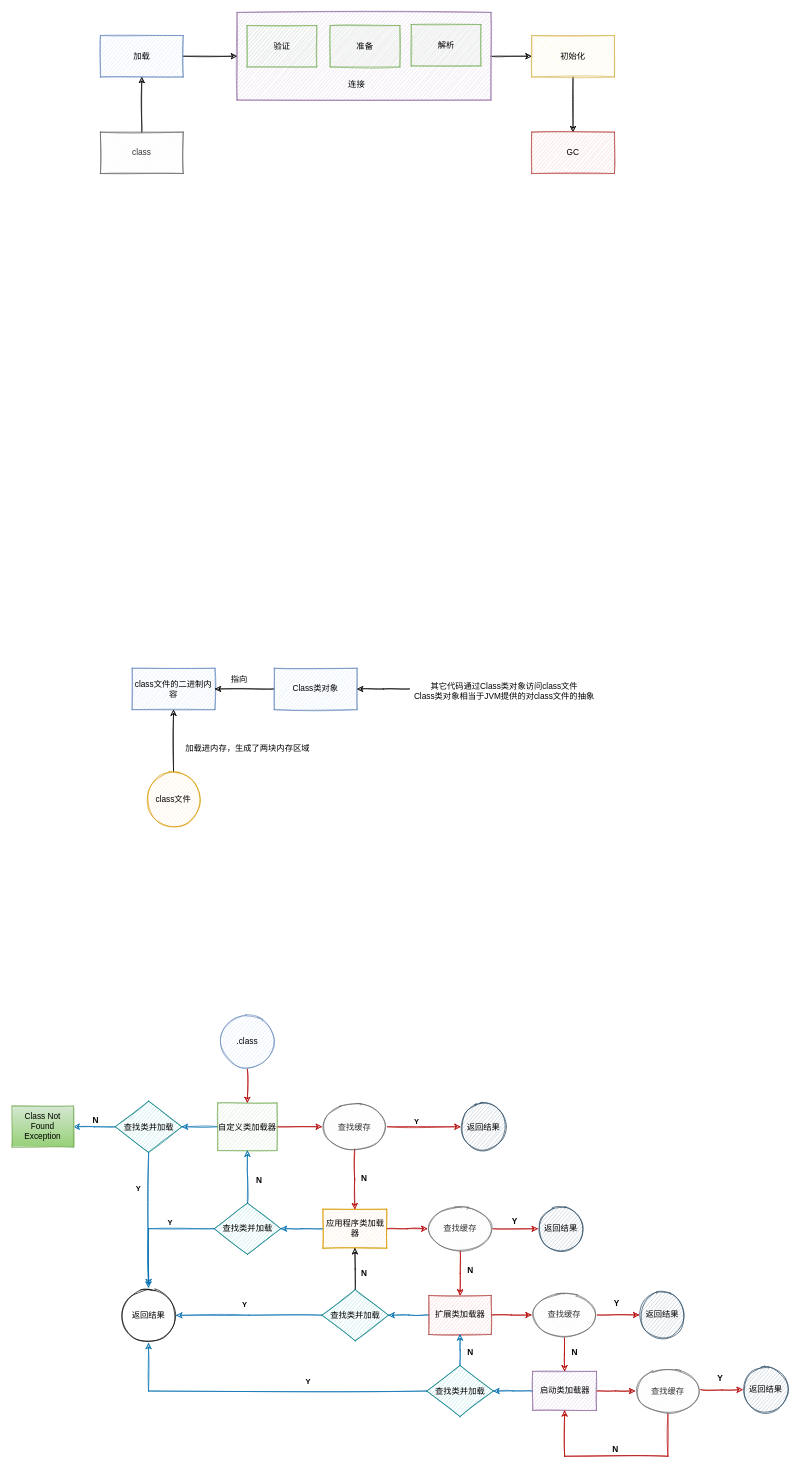
The draw.io diagram page "类加载过程" (1 of 2) of 后端/基础/Java虚拟机/02、详解Class加载过程.drawio in huoranger/draw-notes, before the edit. Source tidied: cells renumbered, new cells numbered last; positions are measured from the earlier drawing's top-left corner, leaving out a move shared by most shapes. Both pictures are drawn from the tidied source at 69%, with x=0, y=0 at pixel (12, 12).
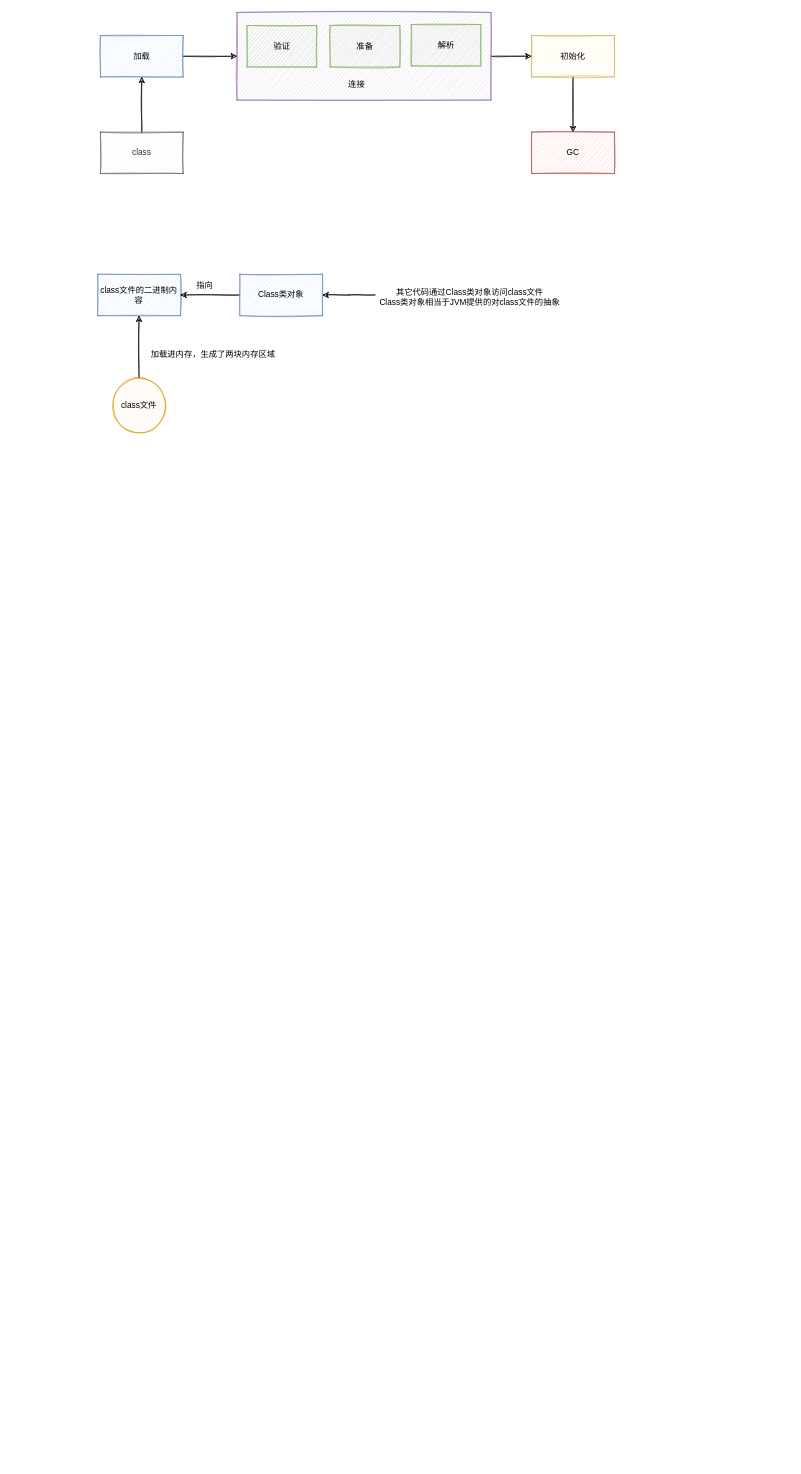
After the change.

Diff of the diagram source:
```diff
@@
     <mxCell id="16" value="class文件" style="ellipse;whiteSpace=wrap;html=1;shadow=0;sketch=1;fontFamily=Ubuntu, Misans;fillColor=#ffe6cc;strokeColor=#d79b00;rounded=0;" parent="1" vertex="1">
-      <mxGeometry x="194" y="1101" width="80" height="80" as="geometry" />
+      <mxGeometry x="144" y="530" width="80" height="80" as="geometry" />
     </mxCell>
     <mxCell id="17" value="class文件的二进制内容" style="whiteSpace=wrap;html=1;shadow=0;fontFamily=Ubuntu, Misans;sketch=1;fillColor=#dae8fc;strokeColor=#6c8ebf;rounded=0;" parent="1" vertex="1">
-      <mxGeometry x="174" y="951" width="120" height="60" as="geometry" />
+      <mxGeometry x="124" y="380" width="120" height="60" as="geometry" />
     </mxCell>
     <mxCell id="18" value="加载进内存，生成了两块内存区域" style="text;html=1;align=center;verticalAlign=middle;fontFamily=Ubuntu, Misans;rounded=0;sketch=1;" parent="1" vertex="1">
-      <mxGeometry x="242" y="1054" width="198" height="26" as="geometry" />
+      <mxGeometry x="192" y="483" width="198" height="26" as="geometry" />
     </mxCell>
@@
     <mxCell id="20" style="edgeStyle=orthogonalEdgeStyle;rounded=0;sketch=1;jettySize=auto;html=1;fontFamily=Ubuntu, Misans;startArrow=classic;startFill=1;endArrow=none;endFill=0;" parent="1" edge="1" source="21">
       <mxGeometry relative="1" as="geometry">
-        <mxPoint x="576" y="981" as="targetPoint" />
+        <mxPoint x="526" y="410" as="targetPoint" />
       </mxGeometry>
     </mxCell>
     <mxCell id="21" value="Class类对象" style="whiteSpace=wrap;html=1;shadow=0;fontFamily=Ubuntu, Misans;sketch=1;fillColor=#dae8fc;strokeColor=#6c8ebf;rounded=0;" parent="1" vertex="1">
-      <mxGeometry x="380" y="951" width="120" height="60" as="geometry" />
+      <mxGeometry x="330" y="380" width="120" height="60" as="geometry" />
     </mxCell>
     <mxCell id="22" value="指向" style="text;html=1;align=center;verticalAlign=middle;fontFamily=Ubuntu, Misans;rounded=0;sketch=1;" parent="1" vertex="1">
-      <mxGeometry x="308" y="954" width="42" height="26" as="geometry" />
+      <mxGeometry x="258" y="383" width="42" height="26" as="geometry" />
     </mxCell>
     <mxCell id="23" value="其它代码通过Class类对象访问class文件&lt;br&gt;Class类对象相当于JVM提供的对class文件的抽象" style="text;html=1;align=center;verticalAlign=middle;fontFamily=Ubuntu, Misans;rounded=0;sketch=1;" parent="1" vertex="1">
-      <mxGeometry x="575" y="963" width="276" height="41" as="geometry" />
+      <mxGeometry x="525" y="392" width="276" height="41" as="geometry" />
     </mxCell>
-    <mxCell id="24" style="edgeStyle=orthogonalEdgeStyle;rounded=0;sketch=1;jettySize=auto;html=1;startArrow=none;startFill=0;endArrow=classic;endFill=1;fontFamily=Ubuntu, Misans;fillColor=#e51400;strokeColor=#B20000;" parent="1" edge="1" source="25" target="28">
-      <mxGeometry relative="1" as="geometry" />
-    </mxCell>
-    <mxCell id="25" value=".class" style="ellipse;whiteSpace=wrap;html=1;shadow=0;sketch=1;fontFamily=Ubuntu, Misans;fillColor=#dae8fc;strokeColor=#6c8ebf;rounded=0;" parent="1" vertex="1">
-      <mxGeometry x="301" y="1452" width="80" height="80" as="geometry" />
-    </mxCell>
-    <mxCell id="26" style="edgeStyle=orthogonalEdgeStyle;rounded=0;sketch=1;jettySize=auto;html=1;startArrow=none;startFill=0;endArrow=classic;endFill=1;fontFamily=Ubuntu, Misans;fillColor=#e51400;strokeColor=#B20000;" parent="1" edge="1" source="28" target="36">
-      <mxGeometry relative="1" as="geometry" />
-    </mxCell>
-    <mxCell id="27" style="edgeStyle=orthogonalEdgeStyle;rounded=0;sketch=1;jettySize=auto;html=1;startArrow=none;startFill=0;endArrow=classic;endFill=1;fontFamily=Ubuntu, Misans;fillColor=#1ba1e2;strokeColor=#006EAF;" parent="1" edge="1" source="28" target="76">
-      <mxGeometry relative="1" as="geometry" />
-    </mxCell>
-    <mxCell id="28" value="自定义类加载器" style="whiteSpace=wrap;html=1;shadow=0;fontFamily=Ubuntu, Misans;sketch=1;fillColor=#d5e8d4;strokeColor=#82b366;rounded=0;" parent="1" vertex="1">
-      <mxGeometry x="298" y="1581" width="86" height="69" as="geometry" />
-    </mxCell>
-    <mxCell id="29" style="edgeStyle=orthogonalEdgeStyle;rounded=0;sketch=1;jettySize=auto;html=1;entryX=0;entryY=0.5;entryDx=0;entryDy=0;startArrow=none;startFill=0;endArrow=classic;endFill=1;fontFamily=Ubuntu, Misans;fillColor=#e51400;strokeColor=#B20000;" parent="1" edge="1" source="36" target="37">
-      <mxGeometry relative="1" as="geometry" />
-    </mxCell>
-    <mxCell id="30" value="Y" style="edgeLabel;html=1;align=center;verticalAlign=middle;fontFamily=Ubuntu, Misans;fontStyle=1;rounded=0;sketch=1;" parent="29" vertex="1">
-      <mxGeometry x="-0.23" y="-4" relative="1" as="geometry">
-        <mxPoint y="-12.5" as="offset" />
-      </mxGeometry>
-    </mxCell>
-    <mxCell id="31" value="Y" style="edgeLabel;html=1;align=center;verticalAlign=middle;fontFamily=Ubuntu, Misans;fontStyle=1;rounded=0;sketch=1;" parent="29" vertex="1">
-      <mxGeometry x="-0.23" y="-4" relative="1" as="geometry">
-        <mxPoint x="-248.2" y="252.5" as="offset" />
-      </mxGeometry>
-    </mxCell>
-    <mxCell id="32" value="Y" style="edgeLabel;html=1;align=center;verticalAlign=middle;fontFamily=Ubuntu, Misans;fontStyle=1;rounded=0;sketch=1;" parent="29" vertex="1">
-      <mxGeometry x="-0.23" y="-4" relative="1" as="geometry">
-        <mxPoint x="-356.2" y="133.5" as="offset" />
-      </mxGeometry>
-    </mxCell>
-    <mxCell id="33" value="Y" style="edgeLabel;html=1;align=center;verticalAlign=middle;fontFamily=Ubuntu, Misans;fontStyle=1;rounded=0;sketch=1;" parent="29" vertex="1">
-      <mxGeometry x="-0.23" y="-4" relative="1" as="geometry">
-        <mxPoint x="-402.2" y="84.5" as="offset" />
-      </mxGeometry>
-    </mxCell>
-    <mxCell id="34" value="&lt;b&gt;Y&lt;/b&gt;" style="edgeLabel;html=1;align=center;verticalAlign=middle;fontFamily=Ubuntu, Misans;rounded=0;sketch=1;" parent="29" vertex="1">
-      <mxGeometry x="-0.23" y="-4" relative="1" as="geometry">
-        <mxPoint x="-156.2" y="364.5" as="offset" />
-      </mxGeometry>
-    </mxCell>
-    <mxCell id="35" style="edgeStyle=orthogonalEdgeStyle;rounded=0;sketch=1;jettySize=auto;html=1;startArrow=none;startFill=0;endArrow=classic;endFill=1;fontFamily=Ubuntu, Misans;fillColor=#e51400;strokeColor=#B20000;" parent="1" edge="1" source="36" target="40">
-      <mxGeometry relative="1" as="geometry" />
-    </mxCell>
-    <mxCell id="36" value="查找缓存" style="ellipse;whiteSpace=wrap;html=1;shadow=0;fontFamily=Ubuntu, Misans;sketch=1;fillColor=#f5f5f5;strokeColor=#666666;fontColor=#333333;rounded=0;" parent="1" vertex="1">
-      <mxGeometry x="449" y="1583" width="95" height="65" as="geometry" />
-    </mxCell>
-    <mxCell id="37" value="返回结果" style="ellipse;whiteSpace=wrap;html=1;shadow=0;sketch=1;fontFamily=Ubuntu, Misans;fillColor=#bac8d3;strokeColor=#23445d;rounded=0;" parent="1" vertex="1">
-      <mxGeometry x="650" y="1582" width="67" height="67" as="geometry" />
-    </mxCell>
-    <mxCell id="38" style="edgeStyle=orthogonalEdgeStyle;rounded=0;sketch=1;jettySize=auto;html=1;startArrow=none;startFill=0;endArrow=classic;endFill=1;fontFamily=Ubuntu, Misans;fillColor=#e51400;strokeColor=#B20000;" parent="1" edge="1" source="40" target="43">
-      <mxGeometry relative="1" as="geometry" />
-    </mxCell>
-    <mxCell id="39" style="edgeStyle=orthogonalEdgeStyle;rounded=0;sketch=1;jettySize=auto;html=1;startArrow=none;startFill=0;endArrow=classic;endFill=1;fontFamily=Ubuntu, Misans;fillColor=#1ba1e2;strokeColor=#006EAF;" parent="1" edge="1" source="40" target="71">
-      <mxGeometry relative="1" as="geometry" />
-    </mxCell>
-    <mxCell id="40" value="应用程序类加载器" style="whiteSpace=wrap;html=1;shadow=0;fontFamily=Ubuntu, Misans;sketch=1;fillColor=#ffe6cc;strokeColor=#d79b00;rounded=0;" parent="1" vertex="1">
-      <mxGeometry x="450.5" y="1735" width="92.5" height="56.5" as="geometry" />
-    </mxCell>
-    <mxCell id="41" style="edgeStyle=orthogonalEdgeStyle;rounded=0;sketch=1;jettySize=auto;html=1;startArrow=none;startFill=0;endArrow=classic;endFill=1;fontFamily=Ubuntu, Misans;fillColor=#e51400;strokeColor=#B20000;" parent="1" edge="1" source="43" target="44">
-      <mxGeometry relative="1" as="geometry" />
-    </mxCell>
-    <mxCell id="42" style="edgeStyle=orthogonalEdgeStyle;rounded=0;sketch=1;jettySize=auto;html=1;startArrow=none;startFill=0;endArrow=classic;endFill=1;fontFamily=Ubuntu, Misans;fillColor=#e51400;strokeColor=#B20000;" parent="1" edge="1" source="43" target="49">
-      <mxGeometry relative="1" as="geometry" />
-    </mxCell>
-    <mxCell id="43" value="查找缓存" style="ellipse;whiteSpace=wrap;html=1;shadow=0;fontFamily=Ubuntu, Misans;sketch=1;fillColor=#f5f5f5;strokeColor=#666666;fontColor=#333333;rounded=0;" parent="1" vertex="1">
-      <mxGeometry x="602" y="1730.8" width="95" height="65" as="geometry" />
-    </mxCell>
-    <mxCell id="44" value="返回结果" style="ellipse;whiteSpace=wrap;html=1;shadow=0;sketch=1;fontFamily=Ubuntu, Misans;fillColor=#bac8d3;strokeColor=#23445d;rounded=0;" parent="1" vertex="1">
-      <mxGeometry x="762" y="1729.8" width="67" height="67" as="geometry" />
-    </mxCell>
-    <mxCell id="45" value="Y" style="text;html=1;align=center;verticalAlign=middle;fontFamily=Ubuntu, Misans;fontStyle=1;rounded=0;sketch=1;" parent="1" vertex="1">
-      <mxGeometry x="715" y="1740" width="26" height="26" as="geometry" />
-    </mxCell>
-    <mxCell id="46" value="N" style="text;html=1;align=center;verticalAlign=middle;fontFamily=Ubuntu, Misans;fontStyle=1;rounded=0;sketch=1;" parent="1" vertex="1">
-      <mxGeometry x="496" y="1677" width="27" height="26" as="geometry" />
-    </mxCell>
-    <mxCell id="47" style="edgeStyle=orthogonalEdgeStyle;rounded=0;sketch=1;jettySize=auto;html=1;startArrow=none;startFill=0;endArrow=classic;endFill=1;fontFamily=Ubuntu, Misans;fillColor=#e51400;strokeColor=#B20000;" parent="1" edge="1" source="49" target="57">
-      <mxGeometry relative="1" as="geometry" />
-    </mxCell>
-    <mxCell id="48" style="edgeStyle=orthogonalEdgeStyle;rounded=0;sketch=1;jettySize=auto;html=1;startArrow=none;startFill=0;endArrow=classic;endFill=1;fontFamily=Ubuntu, Misans;fillColor=#1ba1e2;strokeColor=#006EAF;" parent="1" edge="1" source="49" target="68">
-      <mxGeometry relative="1" as="geometry" />
-    </mxCell>
-    <mxCell id="49" value="扩展类加载器" style="whiteSpace=wrap;html=1;shadow=0;fontFamily=Ubuntu, Misans;sketch=1;fillColor=#f8cecc;strokeColor=#b85450;rounded=0;" parent="1" vertex="1">
-      <mxGeometry x="604" y="1860" width="90.5" height="56.5" as="geometry" />
-    </mxCell>
-    <mxCell id="50" value="N" style="text;html=1;align=center;verticalAlign=middle;fontFamily=Ubuntu, Misans;fontStyle=1;rounded=0;sketch=1;" parent="1" vertex="1">
-      <mxGeometry x="650.5" y="1811" width="27" height="26" as="geometry" />
-    </mxCell>
-    <mxCell id="51" value="返回结果" style="ellipse;whiteSpace=wrap;html=1;shadow=0;sketch=1;fontFamily=Ubuntu, Misans;fillColor=#bac8d3;strokeColor=#23445d;rounded=0;" parent="1" vertex="1">
-      <mxGeometry x="909" y="1854.8" width="67" height="67" as="geometry" />
-    </mxCell>
-    <mxCell id="52" style="edgeStyle=orthogonalEdgeStyle;rounded=0;sketch=1;jettySize=auto;html=1;startArrow=none;startFill=0;endArrow=classic;endFill=1;fontFamily=Ubuntu, Misans;fillColor=#e51400;strokeColor=#B20000;" parent="1" edge="1" source="54" target="61">
-      <mxGeometry relative="1" as="geometry" />
-    </mxCell>
-    <mxCell id="53" style="edgeStyle=orthogonalEdgeStyle;rounded=0;sketch=1;jettySize=auto;html=1;startArrow=none;startFill=0;endArrow=classic;endFill=1;fontFamily=Ubuntu, Misans;fillColor=#1ba1e2;strokeColor=#006EAF;" parent="1" edge="1" source="54" target="81">
-      <mxGeometry relative="1" as="geometry" />
-    </mxCell>
-    <mxCell id="54" value="启动类加载器" style="whiteSpace=wrap;html=1;shadow=0;fontFamily=Ubuntu, Misans;sketch=1;fillColor=#e1d5e7;strokeColor=#9673a6;rounded=0;" parent="1" vertex="1">
-      <mxGeometry x="754.5" y="1970" width="92.5" height="56.5" as="geometry" />
-    </mxCell>
-    <mxCell id="55" style="edgeStyle=orthogonalEdgeStyle;rounded=0;sketch=1;jettySize=auto;html=1;startArrow=none;startFill=0;endArrow=classic;endFill=1;fontFamily=Ubuntu, Misans;fillColor=#e51400;strokeColor=#B20000;" parent="1" edge="1" source="57" target="51">
-      <mxGeometry relative="1" as="geometry" />
-    </mxCell>
-    <mxCell id="56" style="edgeStyle=orthogonalEdgeStyle;rounded=0;sketch=1;jettySize=auto;html=1;startArrow=none;startFill=0;endArrow=classic;endFill=1;fontFamily=Ubuntu, Misans;fillColor=#e51400;strokeColor=#B20000;" parent="1" edge="1" source="57" target="54">
-      <mxGeometry relative="1" as="geometry" />
-    </mxCell>
-    <mxCell id="57" value="查找缓存" style="ellipse;whiteSpace=wrap;html=1;shadow=0;fontFamily=Ubuntu, Misans;sketch=1;fillColor=#f5f5f5;strokeColor=#666666;fontColor=#333333;rounded=0;" parent="1" vertex="1">
-      <mxGeometry x="753" y="1855.8" width="95" height="65" as="geometry" />
-    </mxCell>
-    <mxCell id="58" value="Y" style="text;html=1;align=center;verticalAlign=middle;fontFamily=Ubuntu, Misans;fontStyle=1;rounded=0;sketch=1;" parent="1" vertex="1">
-      <mxGeometry x="863" y="1859" width="26" height="26" as="geometry" />
-    </mxCell>
-    <mxCell id="59" value="N" style="text;html=1;align=center;verticalAlign=middle;fontFamily=Ubuntu, Misans;fontStyle=1;rounded=0;sketch=1;" parent="1" vertex="1">
-      <mxGeometry x="801.5" y="1930" width="27" height="26" as="geometry" />
-    </mxCell>
-    <mxCell id="60" style="edgeStyle=orthogonalEdgeStyle;rounded=0;sketch=1;jettySize=auto;html=1;entryX=0.5;entryY=1;entryDx=0;entryDy=0;startArrow=none;startFill=0;endArrow=classic;endFill=1;fontFamily=Ubuntu, Misans;exitX=0.5;exitY=1;exitDx=0;exitDy=0;fillColor=#e51400;strokeColor=#B20000;" parent="1" edge="1" source="61" target="54">
-      <mxGeometry relative="1" as="geometry">
-        <Array as="points">
-          <mxPoint x="951" y="2093" />
-          <mxPoint x="801" y="2093" />
-        </Array>
-      </mxGeometry>
-    </mxCell>
-    <mxCell id="61" value="查找缓存" style="ellipse;whiteSpace=wrap;html=1;shadow=0;fontFamily=Ubuntu, Misans;sketch=1;fillColor=#f5f5f5;strokeColor=#666666;fontColor=#333333;rounded=0;" parent="1" vertex="1">
-      <mxGeometry x="903" y="1966" width="95" height="65" as="geometry" />
-    </mxCell>
-    <mxCell id="62" value="Y" style="text;html=1;align=center;verticalAlign=middle;fontFamily=Ubuntu, Misans;fontStyle=1;rounded=0;sketch=1;" parent="1" vertex="1">
-      <mxGeometry x="1013" y="1967.2" width="26" height="26" as="geometry" />
-    </mxCell>
-    <mxCell id="63" value="返回结果" style="ellipse;whiteSpace=wrap;html=1;shadow=0;sketch=1;fontFamily=Ubuntu, Misans;fillColor=#bac8d3;strokeColor=#23445d;rounded=0;" parent="1" vertex="1">
-      <mxGeometry x="1059" y="1963" width="67" height="67" as="geometry" />
-    </mxCell>
-    <mxCell id="64" style="edgeStyle=orthogonalEdgeStyle;rounded=0;sketch=1;jettySize=auto;html=1;startArrow=none;startFill=0;endArrow=classic;endFill=1;fontFamily=Ubuntu, Misans;fillColor=#e51400;strokeColor=#B20000;" parent="1" edge="1" target="63">
-      <mxGeometry relative="1" as="geometry">
-        <mxPoint x="998" y="1996.5" as="sourcePoint" />
-      </mxGeometry>
-    </mxCell>
-    <mxCell id="65" value="N" style="text;html=1;align=center;verticalAlign=middle;fontFamily=Ubuntu, Misans;fontStyle=1;rounded=0;sketch=1;" parent="1" vertex="1">
-      <mxGeometry x="860" y="2070" width="27" height="26" as="geometry" />
-    </mxCell>
-    <mxCell id="66" style="edgeStyle=orthogonalEdgeStyle;rounded=0;sketch=1;jettySize=auto;html=1;startArrow=none;startFill=0;endArrow=classic;endFill=1;fontFamily=Ubuntu, Misans;" parent="1" edge="1" source="68" target="40">
-      <mxGeometry relative="1" as="geometry" />
-    </mxCell>
-    <mxCell id="67" style="edgeStyle=orthogonalEdgeStyle;rounded=0;sketch=1;jettySize=auto;html=1;entryX=1;entryY=0.5;entryDx=0;entryDy=0;startArrow=none;startFill=0;endArrow=classic;endFill=1;fontFamily=Ubuntu, Misans;fillColor=#1ba1e2;strokeColor=#006EAF;" parent="1" edge="1" source="68" target="73">
-      <mxGeometry relative="1" as="geometry" />
-    </mxCell>
-    <mxCell id="68" value="查找类并加载" style="rhombus;whiteSpace=wrap;html=1;shadow=0;fontFamily=Ubuntu, Misans;sketch=1;fillColor=#b0e3e6;strokeColor=#0e8088;rounded=0;" parent="1" vertex="1">
-      <mxGeometry x="449" y="1851.5" width="96.5" height="74.2" as="geometry" />
-    </mxCell>
-    <mxCell id="69" style="edgeStyle=orthogonalEdgeStyle;rounded=0;sketch=1;jettySize=auto;html=1;startArrow=none;startFill=0;endArrow=classic;endFill=1;fontFamily=Ubuntu, Misans;fillColor=#1ba1e2;strokeColor=#006EAF;" parent="1" edge="1" source="71" target="28">
-      <mxGeometry relative="1" as="geometry" />
-    </mxCell>
-    <mxCell id="70" style="edgeStyle=orthogonalEdgeStyle;rounded=0;sketch=1;jettySize=auto;html=1;entryX=0.5;entryY=0;entryDx=0;entryDy=0;startArrow=none;startFill=0;endArrow=classic;endFill=1;fontFamily=Ubuntu, Misans;fillColor=#1ba1e2;strokeColor=#006EAF;" parent="1" edge="1" source="71" target="73">
-      <mxGeometry relative="1" as="geometry" />
-    </mxCell>
-    <mxCell id="71" value="查找类并加载" style="rhombus;whiteSpace=wrap;html=1;shadow=0;fontFamily=Ubuntu, Misans;sketch=1;fillColor=#b0e3e6;strokeColor=#0e8088;rounded=0;" parent="1" vertex="1">
-      <mxGeometry x="293" y="1726.1" width="96.5" height="74.2" as="geometry" />
-    </mxCell>
-    <mxCell id="72" value="N" style="text;html=1;align=center;verticalAlign=middle;fontFamily=Ubuntu, Misans;fontStyle=1;rounded=0;sketch=1;" parent="1" vertex="1">
-      <mxGeometry x="344" y="1680" width="27" height="26" as="geometry" />
-    </mxCell>
-    <mxCell id="73" value="返回结果" style="ellipse;whiteSpace=wrap;html=1;shadow=0;sketch=1;fontFamily=Ubuntu, Misans;rounded=0;" parent="1" vertex="1">
-      <mxGeometry x="157.8" y="1848.8" width="80" height="80" as="geometry" />
-    </mxCell>
-    <mxCell id="74" style="edgeStyle=orthogonalEdgeStyle;rounded=0;sketch=1;jettySize=auto;html=1;startArrow=none;startFill=0;endArrow=classic;endFill=1;fontFamily=Ubuntu, Misans;fillColor=#1ba1e2;strokeColor=#006EAF;" parent="1" edge="1" source="76" target="77">
-      <mxGeometry relative="1" as="geometry" />
-    </mxCell>
-    <mxCell id="75" style="edgeStyle=orthogonalEdgeStyle;rounded=0;sketch=1;jettySize=auto;html=1;startArrow=none;startFill=0;endArrow=classic;endFill=1;fontFamily=Ubuntu, Misans;fillColor=#1ba1e2;strokeColor=#006EAF;" parent="1" edge="1" source="76">
-      <mxGeometry relative="1" as="geometry">
-        <mxPoint x="198" y="1845" as="targetPoint" />
-        <Array as="points">
-          <mxPoint x="198" y="1845" />
-          <mxPoint x="198" y="1845" />
-        </Array>
-      </mxGeometry>
-    </mxCell>
-    <mxCell id="76" value="查找类并加载" style="rhombus;whiteSpace=wrap;html=1;shadow=0;fontFamily=Ubuntu, Misans;sketch=1;fillColor=#b0e3e6;strokeColor=#0e8088;rounded=0;" parent="1" vertex="1">
-      <mxGeometry x="149.5" y="1578.4" width="96.5" height="74.2" as="geometry" />
-    </mxCell>
-    <mxCell id="77" value="Class Not Found Exception" style="whiteSpace=wrap;html=1;shadow=0;fontFamily=Ubuntu, Misans;sketch=1;gradientColor=#97d077;fillColor=#d5e8d4;strokeColor=#82b366;rounded=0;" parent="1" vertex="1">
-      <mxGeometry y="1585.5" width="89" height="59.5" as="geometry" />
-    </mxCell>
-    <mxCell id="78" value="N" style="text;html=1;align=center;verticalAlign=middle;fontFamily=Ubuntu, Misans;fontStyle=1;rounded=0;sketch=1;" parent="1" vertex="1">
-      <mxGeometry x="107" y="1593" width="27" height="26" as="geometry" />
-    </mxCell>
-    <mxCell id="79" style="edgeStyle=orthogonalEdgeStyle;rounded=0;sketch=1;jettySize=auto;html=1;startArrow=none;startFill=0;endArrow=classic;endFill=1;fontFamily=Ubuntu, Misans;entryX=0.5;entryY=1;entryDx=0;entryDy=0;fillColor=#1ba1e2;strokeColor=#006EAF;" parent="1" edge="1" source="81" target="49">
-      <mxGeometry relative="1" as="geometry" />
-    </mxCell>
-    <mxCell id="80" style="edgeStyle=orthogonalEdgeStyle;rounded=0;sketch=1;jettySize=auto;html=1;entryX=0.5;entryY=1;entryDx=0;entryDy=0;startArrow=none;startFill=0;endArrow=classic;endFill=1;fontFamily=Ubuntu, Misans;fillColor=#1ba1e2;strokeColor=#006EAF;" parent="1" edge="1" source="81" target="73">
-      <mxGeometry relative="1" as="geometry" />
-    </mxCell>
-    <mxCell id="81" value="查找类并加载" style="rhombus;whiteSpace=wrap;html=1;shadow=0;fontFamily=Ubuntu, Misans;sketch=1;fillColor=#b0e3e6;strokeColor=#0e8088;rounded=0;" parent="1" vertex="1">
-      <mxGeometry x="601" y="1961.4" width="96.5" height="74.2" as="geometry" />
-    </mxCell>
-    <mxCell id="82" value="N" style="text;html=1;align=center;verticalAlign=middle;fontFamily=Ubuntu, Misans;fontStyle=1;rounded=0;sketch=1;" parent="1" vertex="1">
-      <mxGeometry x="650.5" y="1930" width="27" height="26" as="geometry" />
-    </mxCell>
-    <mxCell id="83" value="N" style="text;html=1;align=center;verticalAlign=middle;fontFamily=Ubuntu, Misans;fontStyle=1;rounded=0;sketch=1;" parent="1" vertex="1">
-      <mxGeometry x="496.5" y="1815" width="27" height="26" as="geometry" />
-    </mxCell>
```
